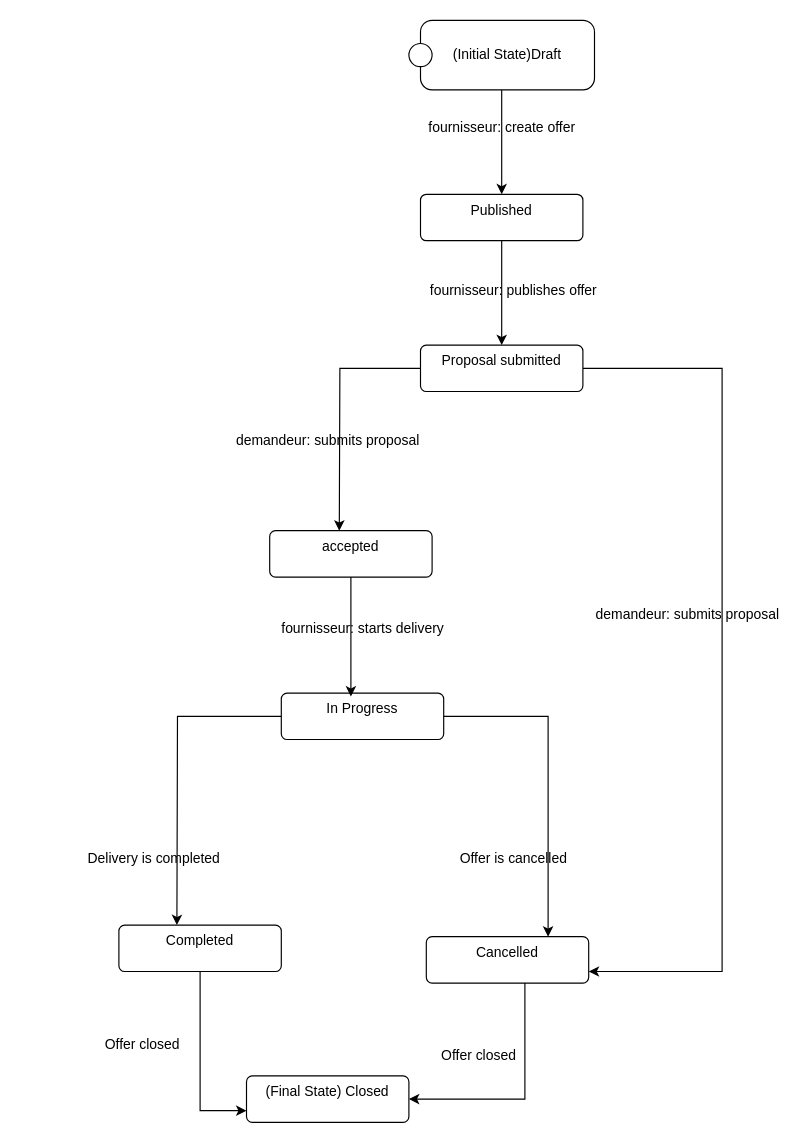
Before: stateTransition.drawio in LeloKarma/website, a draw.io diagram. Source tidied: cells renumbered, new cells numbered last; positions are measured from the earlier drawing's top-left corner, leaving out a move shared by most shapes. Both pictures are drawn from the tidied source at 116%, with x=0, y=0 at pixel (72, 20).
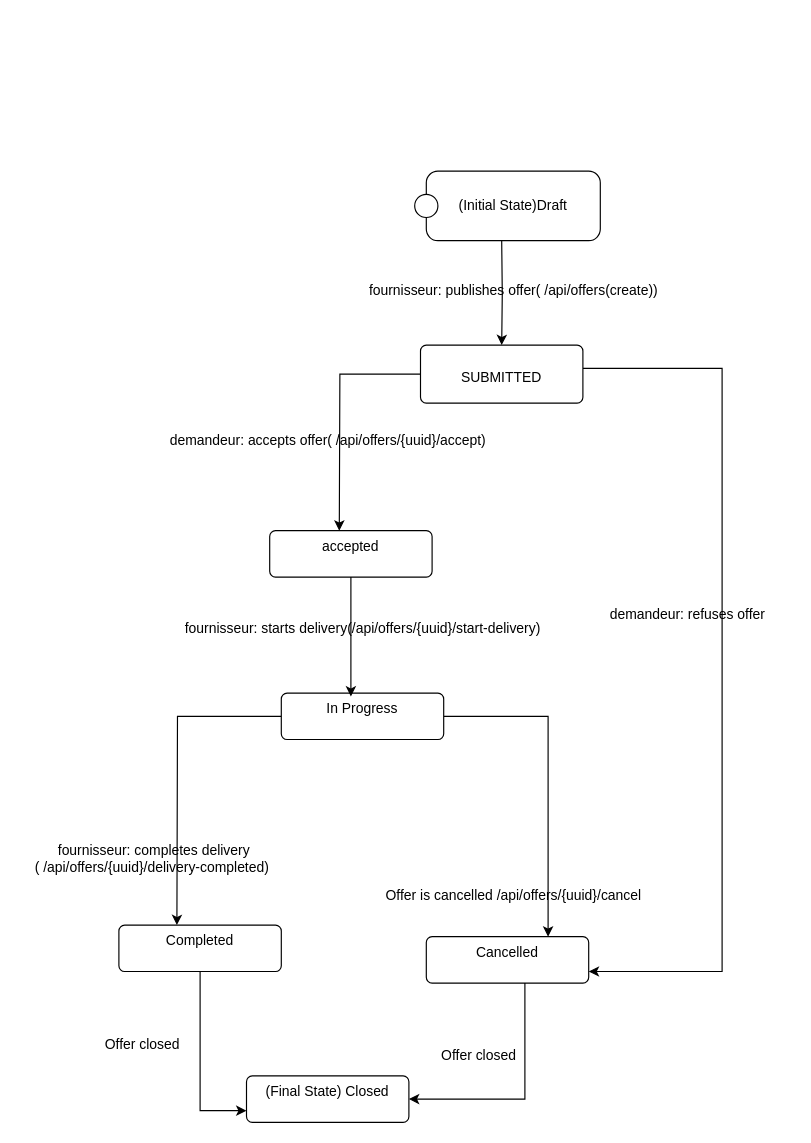
Above is the later version.

What changed in the source:
```diff
@@
-    <mxCell id="4" value="Proposal submitted" style="html=1;align=center;verticalAlign=top;rounded=1;absoluteArcSize=1;arcSize=10;dashed=0;whiteSpace=wrap;" parent="1" vertex="1">
-      <mxGeometry x="300" y="280" width="140" height="40" as="geometry" />
+    <mxCell id="4" value="&lt;div&gt;&lt;br&gt;&lt;/div&gt;&lt;div&gt;SUBMITTED&lt;/div&gt;" style="html=1;align=center;verticalAlign=top;rounded=1;absoluteArcSize=1;arcSize=10;dashed=0;whiteSpace=wrap;" parent="1" vertex="1">
+      <mxGeometry x="300" y="280" width="140" height="50" as="geometry" />
     </mxCell>
-    <mxCell id="5" style="edgeStyle=orthogonalEdgeStyle;rounded=0;jettySize=auto;html=1;entryX=0.5;entryY=0;entryDx=0;entryDy=0;" parent="1" edge="1" source="6" target="8">
-      <mxGeometry relative="1" as="geometry" />
-    </mxCell>
     <mxCell id="6" value="(Initial State)Draft" style="shape=umlState;rounded=1;verticalAlign=middle;align=center;absoluteArcSize=1;arcSize=10;umlStateConnection=connPointRefEntry;boundedLbl=1;whiteSpace=wrap;html=1;" parent="1" vertex="1">
-      <mxGeometry x="290" width="160" height="60" as="geometry" />
+      <mxGeometry x="295" y="130" width="160" height="60" as="geometry" />
     </mxCell>
-    <mxCell id="7" style="edgeStyle=orthogonalEdgeStyle;rounded=0;jettySize=auto;html=1;entryX=0.5;entryY=0;entryDx=0;entryDy=0;" parent="1" edge="1" source="8" target="4">
-      <mxGeometry relative="1" as="geometry" />
+    <mxCell id="7" style="edgeStyle=orthogonalEdgeStyle;rounded=0;jettySize=auto;html=1;entryX=0.5;entryY=0;entryDx=0;entryDy=0;" parent="1" edge="1" target="4">
+      <mxGeometry relative="1" as="geometry">
+        <mxPoint x="370" y="190" as="sourcePoint" />
+      </mxGeometry>
     </mxCell>
-    <mxCell id="8" value="Published" style="html=1;align=center;verticalAlign=top;rounded=1;absoluteArcSize=1;arcSize=10;dashed=0;whiteSpace=wrap;" parent="1" vertex="1">
-      <mxGeometry x="300" y="150" width="140" height="40" as="geometry" />
-    </mxCell>
@@
-    <mxCell id="10" value="fournisseur: create offer" style="text;html=1;align=center;verticalAlign=middle;strokeColor=none;fillColor=none;" parent="1" vertex="1">
-      <mxGeometry x="295" y="78" width="150" height="30" as="geometry" />
-    </mxCell>
-    <mxCell id="11" value="fournisseur: publishes offer" style="text;html=1;align=center;verticalAlign=middle;strokeColor=none;fillColor=none;" parent="1" vertex="1">
-      <mxGeometry x="295" y="218" width="170" height="30" as="geometry" />
+    <mxCell id="11" value="fournisseur: publishes offer( /api/offers(create))" style="text;html=1;align=center;verticalAlign=middle;strokeColor=none;fillColor=none;" parent="1" vertex="1">
+      <mxGeometry x="245" y="218" width="270" height="30" as="geometry" />
     </mxCell>
-    <mxCell id="12" value="demandeur: submits proposal" style="text;html=1;align=center;verticalAlign=middle;strokeColor=none;fillColor=none;" parent="1" vertex="1">
-      <mxGeometry x="130" y="348" width="180" height="30" as="geometry" />
+    <mxCell id="12" value="demandeur: accepts offer( /api/offers/{uuid}/accept)" style="text;html=1;align=center;verticalAlign=middle;strokeColor=none;fillColor=none;" parent="1" vertex="1">
+      <mxGeometry x="70" y="348" width="300" height="30" as="geometry" />
     </mxCell>
@@
-    <mxCell id="17" value="fournisseur: starts delivery" style="text;html=1;align=center;verticalAlign=middle;strokeColor=none;fillColor=none;" parent="1" vertex="1">
-      <mxGeometry x="170" y="510" width="160" height="30" as="geometry" />
+    <mxCell id="17" value="fournisseur: starts delivery(/api/offers/{uuid}/start-delivery)" style="text;html=1;align=center;verticalAlign=middle;strokeColor=none;fillColor=none;" parent="1" vertex="1">
+      <mxGeometry x="85" y="510" width="330" height="30" as="geometry" />
     </mxCell>
@@
-    <mxCell id="22" value="Delivery is completed" style="text;html=1;align=center;verticalAlign=middle;strokeColor=none;fillColor=none;" parent="1" vertex="1">
-      <mxGeometry y="708" width="140" height="30" as="geometry" />
+    <mxCell id="22" value="fournisseur: completes delivery&lt;div&gt;( /api/offers/{uuid}/delivery-completed)&amp;nbsp;&lt;/div&gt;" style="text;html=1;align=center;verticalAlign=middle;strokeColor=none;fillColor=none;" parent="1" vertex="1">
+      <mxGeometry x="-45" y="703" width="230" height="40" as="geometry" />
     </mxCell>
@@
-    <mxCell id="26" value="Offer is cancelled" style="text;html=1;align=center;verticalAlign=middle;strokeColor=none;fillColor=none;" parent="1" vertex="1">
-      <mxGeometry x="320" y="708" width="120" height="30" as="geometry" />
+    <mxCell id="26" value="Offer is cancelled /api/offers/{uuid}/cancel" style="text;html=1;align=center;verticalAlign=middle;strokeColor=none;fillColor=none;" parent="1" vertex="1">
+      <mxGeometry x="260" y="740" width="240" height="30" as="geometry" />
     </mxCell>
-    <mxCell id="27" value="demandeur: submits proposal" style="text;html=1;align=center;verticalAlign=middle;strokeColor=none;fillColor=none;" parent="1" vertex="1">
-      <mxGeometry x="440" y="498" width="180" height="30" as="geometry" />
+    <mxCell id="27" value="demandeur: refuses offer" style="text;html=1;align=center;verticalAlign=middle;strokeColor=none;fillColor=none;" parent="1" vertex="1">
+      <mxGeometry x="450" y="498" width="160" height="30" as="geometry" />
     </mxCell>
```
